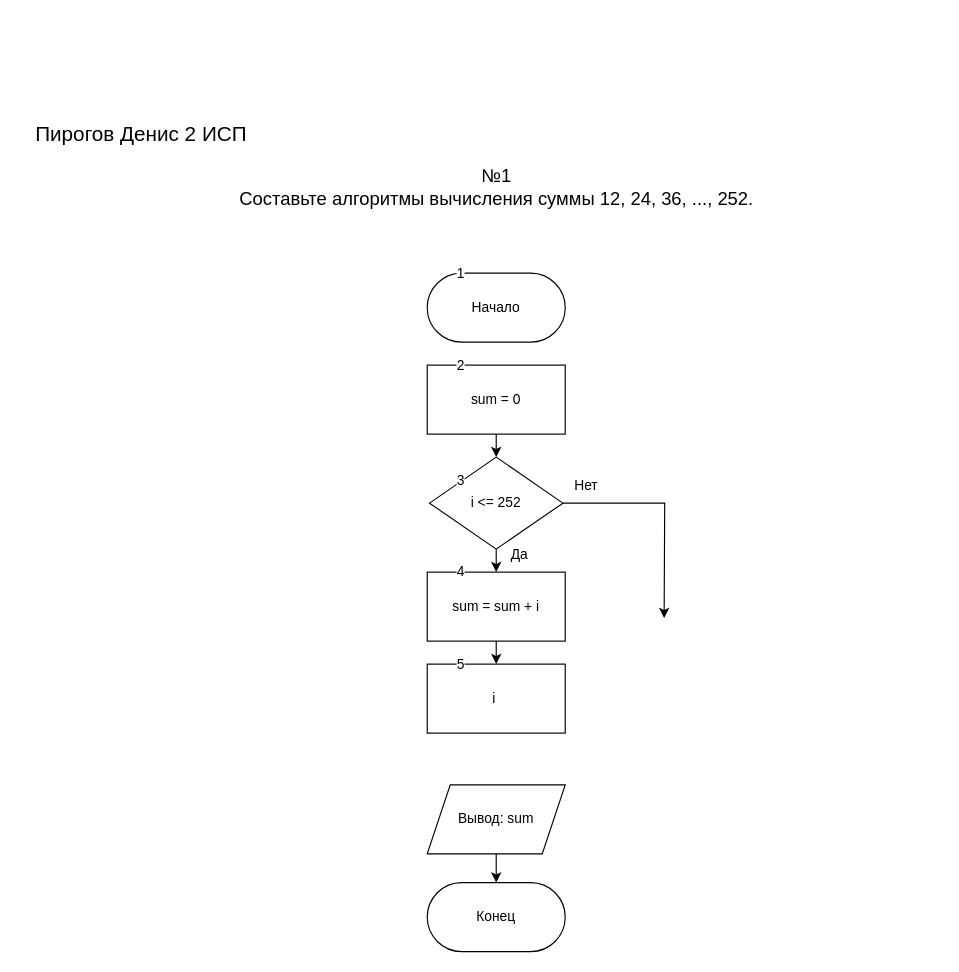
Earlier version of the draw.io diagram page "вариант 2 задание 1" (4 of 5) of pr2 and pr3/pr2.drawio (DeFis33/pr). Source tidied: cells renumbered, new cells numbered last; positions are measured from the earlier drawing's top-left corner, leaving out a move shared by most shapes. Both pictures are drawn from the tidied source at 115%, with x=0, y=0 at pixel (20, 112).
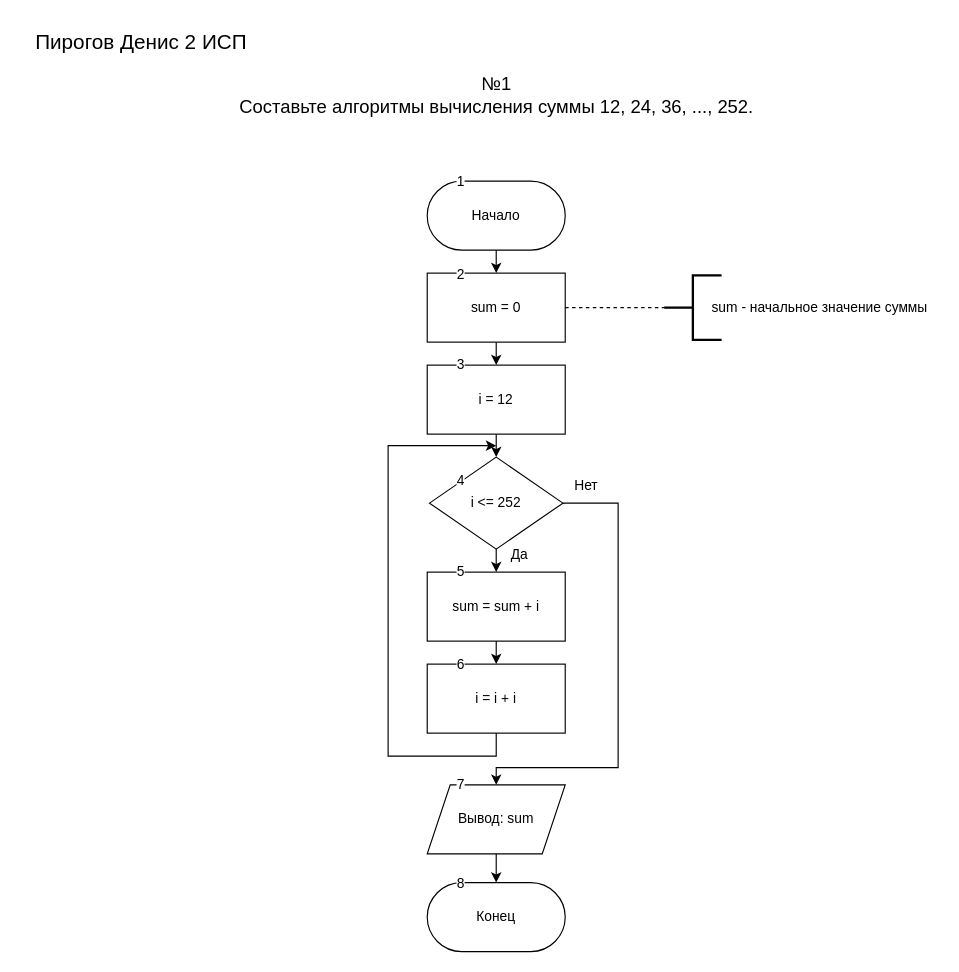
After the change.

The change refers to these unchanged cells:
```xml
<mxCell id="9" value="Вывод: sum" style="shape=parallelogram;perimeter=parallelogramPerimeter;whiteSpace=wrap;html=1;fixedSize=1;" parent="1" vertex="1">
  <mxGeometry x="354" y="585" width="120" height="60" as="geometry" />
</mxCell>
<mxCell id="14" value="i &amp;lt;= 252" style="rhombus;whiteSpace=wrap;html=1;" parent="1" vertex="1">
  <mxGeometry x="356" y="300" width="116" height="80" as="geometry" />
</mxCell>
```

Diff of the diagram source:
```diff
@@
     <mxCell id="2" value="&lt;font style=&quot;font-size: 18px;&quot;&gt;Пирогов Денис 2 ИСП&lt;/font&gt;" style="text;html=1;align=center;verticalAlign=middle;" parent="1" vertex="1">
-      <mxGeometry width="210" height="40" as="geometry" />
+      <mxGeometry y="-80" width="210" height="40" as="geometry" />
     </mxCell>
     <mxCell id="3" value="&lt;font style=&quot;font-size: 16px;&quot;&gt;№1&lt;/font&gt;&lt;div style=&quot;font-size: 16px;&quot;&gt;&lt;font style=&quot;font-size: 16px;&quot;&gt;Составьте алгоритмы вычисления суммы 12, 24, 36, ..., 252.&lt;/font&gt;&lt;br&gt;&lt;/div&gt;" style="text;html=1;align=center;verticalAlign=middle;" parent="1" vertex="1">
-      <mxGeometry x="179" y="40" width="470" height="50" as="geometry" />
+      <mxGeometry x="179" y="-40" width="470" height="50" as="geometry" />
     </mxCell>
+    <mxCell id="23" style="edgeStyle=orthogonalEdgeStyle;rounded=0;jettySize=auto;html=1;exitX=0.5;exitY=1;exitDx=0;exitDy=0;entryX=0.5;entryY=0;entryDx=0;entryDy=0;" parent="1" edge="1" source="4" target="7">
+      <mxGeometry relative="1" as="geometry" />
+    </mxCell>
     <mxCell id="4" value="Начало" style="rounded=1;whiteSpace=wrap;html=1;arcSize=50;" parent="1" vertex="1">
-      <mxGeometry x="354" y="140" width="120" height="60" as="geometry" />
+      <mxGeometry x="354" y="60" width="120" height="60" as="geometry" />
     </mxCell>
@@
-    <mxCell id="6" style="edgeStyle=orthogonalEdgeStyle;rounded=0;jettySize=auto;html=1;exitX=0.5;exitY=1;exitDx=0;exitDy=0;entryX=0.5;entryY=0;entryDx=0;entryDy=0;" parent="1" edge="1" source="7" target="14">
-      <mxGeometry relative="1" as="geometry" />
-    </mxCell>
+    <mxCell id="24" style="edgeStyle=orthogonalEdgeStyle;rounded=0;jettySize=auto;html=1;exitX=0.5;exitY=1;exitDx=0;exitDy=0;entryX=0.5;entryY=0;entryDx=0;entryDy=0;" parent="1" edge="1" source="7" target="27">
+      <mxGeometry relative="1" as="geometry" />
+    </mxCell>
     <mxCell id="7" value="sum = 0" style="rounded=0;whiteSpace=wrap;html=1;" parent="1" vertex="1">
-      <mxGeometry x="354" y="220" width="120" height="60" as="geometry" />
+      <mxGeometry x="354" y="140" width="120" height="60" as="geometry" />
     </mxCell>
@@
     <mxCell id="10" value="1" style="text;html=1;align=center;verticalAlign=middle;strokeColor=none;fillColor=none;labelBackgroundColor=default;" parent="1" vertex="1">
-      <mxGeometry x="368" y="126" width="30" height="30" as="geometry" />
+      <mxGeometry x="368" y="46" width="30" height="30" as="geometry" />
     </mxCell>
-    <mxCell id="11" value="2" style="text;html=1;align=center;verticalAlign=middle;strokeColor=none;fillColor=none;labelBackgroundColor=default;" parent="1" vertex="1">
-      <mxGeometry x="368" y="206" width="30" height="30" as="geometry" />
-    </mxCell>
@@
-    <mxCell id="13" style="edgeStyle=orthogonalEdgeStyle;rounded=0;jettySize=auto;html=1;exitX=1;exitY=0.5;exitDx=0;exitDy=0;" parent="1" edge="1" source="14">
+    <mxCell id="13" style="edgeStyle=orthogonalEdgeStyle;rounded=0;jettySize=auto;html=1;exitX=1;exitY=0.5;exitDx=0;exitDy=0;entryX=0.5;entryY=0;entryDx=0;entryDy=0;" parent="1" edge="1" source="14" target="9">
       <mxGeometry relative="1" as="geometry">
-        <mxPoint x="560" y="440" as="targetPoint" />
+        <Array as="points">
+          <mxPoint x="520" y="340" />
+          <mxPoint x="520" y="570" />
+          <mxPoint x="414" y="570" />
+        </Array>
       </mxGeometry>
     </mxCell>
@@
-    <mxCell id="19" value="3" style="text;html=1;align=center;verticalAlign=middle;strokeColor=none;fillColor=none;labelBackgroundColor=default;" parent="1" vertex="1">
+    <mxCell id="19" value="4" style="text;html=1;align=center;verticalAlign=middle;strokeColor=none;fillColor=none;labelBackgroundColor=default;" parent="1" vertex="1">
       <mxGeometry x="368" y="306" width="30" height="30" as="geometry" />
     </mxCell>
-    <mxCell id="20" value="4" style="text;html=1;align=center;verticalAlign=middle;strokeColor=none;fillColor=none;labelBackgroundColor=default;" parent="1" vertex="1">
+    <mxCell id="20" value="5" style="text;html=1;align=center;verticalAlign=middle;strokeColor=none;fillColor=none;labelBackgroundColor=default;" parent="1" vertex="1">
       <mxGeometry x="368" y="385" width="30" height="30" as="geometry" />
     </mxCell>
+    <mxCell id="25" style="edgeStyle=orthogonalEdgeStyle;rounded=0;jettySize=auto;html=1;exitX=0.5;exitY=1;exitDx=0;exitDy=0;" parent="1" edge="1" source="21">
+      <mxGeometry relative="1" as="geometry">
+        <mxPoint x="414" y="290" as="targetPoint" />
+        <Array as="points">
+          <mxPoint x="414" y="560" />
+          <mxPoint x="320" y="560" />
+          <mxPoint x="320" y="290" />
+        </Array>
+      </mxGeometry>
+    </mxCell>
-    <mxCell id="21" value="i&amp;nbsp;" style="rounded=0;whiteSpace=wrap;html=1;" parent="1" vertex="1">
+    <mxCell id="21" value="i = i + i" style="rounded=0;whiteSpace=wrap;html=1;" parent="1" vertex="1">
       <mxGeometry x="354" y="480" width="120" height="60" as="geometry" />
     </mxCell>
-    <mxCell id="22" value="5" style="text;html=1;align=center;verticalAlign=middle;strokeColor=none;fillColor=none;labelBackgroundColor=default;" parent="1" vertex="1">
+    <mxCell id="22" value="6" style="text;html=1;align=center;verticalAlign=middle;strokeColor=none;fillColor=none;labelBackgroundColor=default;" parent="1" vertex="1">
       <mxGeometry x="368" y="466" width="30" height="30" as="geometry" />
     </mxCell>
+    <mxCell id="26" style="edgeStyle=orthogonalEdgeStyle;rounded=0;jettySize=auto;html=1;exitX=0.5;exitY=1;exitDx=0;exitDy=0;entryX=0.5;entryY=0;entryDx=0;entryDy=0;" parent="1" edge="1" source="27" target="14">
+      <mxGeometry relative="1" as="geometry" />
+    </mxCell>
+    <mxCell id="27" value="i = 12" style="rounded=0;whiteSpace=wrap;html=1;" parent="1" vertex="1">
+      <mxGeometry x="354" y="220" width="120" height="60" as="geometry" />
+    </mxCell>
+    <mxCell id="11" value="2" style="text;html=1;align=center;verticalAlign=middle;strokeColor=none;fillColor=none;labelBackgroundColor=default;" parent="1" vertex="1">
+      <mxGeometry x="368" y="127" width="30" height="30" as="geometry" />
+    </mxCell>
+    <mxCell id="28" value="7" style="text;html=1;align=center;verticalAlign=middle;strokeColor=none;fillColor=none;labelBackgroundColor=default;" parent="1" vertex="1">
+      <mxGeometry x="368" y="570" width="30" height="30" as="geometry" />
+    </mxCell>
+    <mxCell id="29" value="8" style="text;html=1;align=center;verticalAlign=middle;strokeColor=none;fillColor=none;labelBackgroundColor=default;" parent="1" vertex="1">
+      <mxGeometry x="368" y="656" width="30" height="30" as="geometry" />
+    </mxCell>
+    <mxCell id="30" style="strokeWidth=2;html=1;shape=mxgraph.flowchart.annotation_2;align=left;labelPosition=right;" parent="1" vertex="1">
+      <mxGeometry x="560" y="142" width="50" height="56" as="geometry" />
+    </mxCell>
+    <mxCell id="31" style="endArrow=none;dashed=1;html=1;rounded=0;entryX=0;entryY=0.5;entryDx=0;entryDy=0;entryPerimeter=0;exitX=1;exitY=0.5;exitDx=0;exitDy=0;" parent="1" edge="1" source="7" target="30">
+      <mxGeometry relative="1" as="geometry" />
+    </mxCell>
+    <mxCell id="32" value="sum - начальное значение суммы" style="text;html=1;align=center;verticalAlign=middle;strokeColor=none;fillColor=none;" parent="1" vertex="1">
+      <mxGeometry x="590" y="155" width="210" height="30" as="geometry" />
+    </mxCell>
+    <mxCell id="33" value="3" style="text;html=1;align=center;verticalAlign=middle;strokeColor=none;fillColor=none;labelBackgroundColor=default;" parent="1" vertex="1">
+      <mxGeometry x="368" y="205" width="30" height="30" as="geometry" />
+    </mxCell>
```
